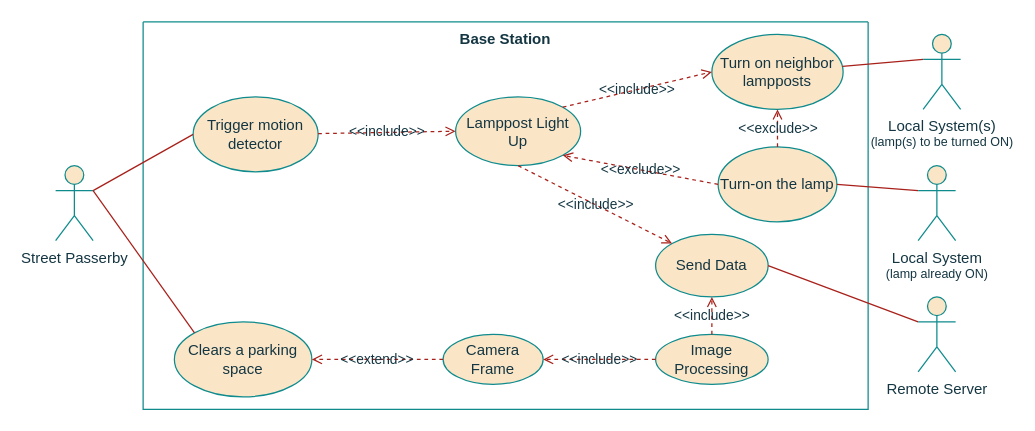
Before: page "oldBS_UseCase" (5 of 11) of project/report/flowcharts/LocalSystem.drawio in ESRGgroup9/slipad, a draw.io diagram. Source tidied: cells renumbered, new cells numbered last; positions are measured from the earlier drawing's top-left corner, leaving out a move shared by most shapes. Both pictures are drawn from the tidied source at 125%, with x=0, y=0 at pixel (55, 21).
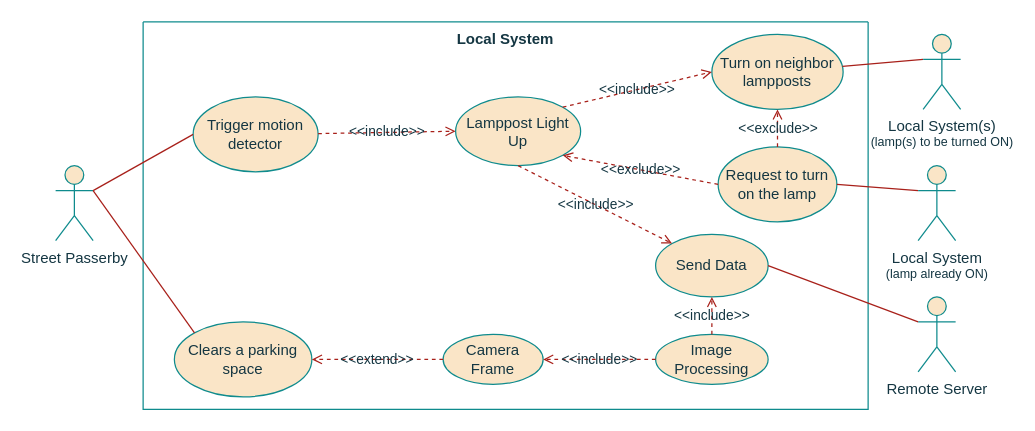
After the change.

Diff of the diagram source:
```diff
@@
-    <mxCell id="2" value="Base Station" style="swimlane;startSize=0;verticalAlign=top;fillColor=#FAE5C7;strokeColor=#0F8B8D;fontColor=#143642;" parent="1" vertex="1">
+    <mxCell id="2" value="Local System" style="swimlane;startSize=0;verticalAlign=top;fillColor=#FAE5C7;strokeColor=#0F8B8D;fontColor=#143642;" parent="1" vertex="1">
       <mxGeometry x="70" width="580" height="310" as="geometry" />
     </mxCell>
@@
-    <mxCell id="5" value="Turn-on the lamp" style="ellipse;whiteSpace=wrap;html=1;fillColor=#FAE5C7;strokeColor=#0F8B8D;fontColor=#143642;" parent="2" vertex="1">
+    <mxCell id="5" value="Request to turn on the lamp" style="ellipse;whiteSpace=wrap;html=1;fillColor=#FAE5C7;strokeColor=#0F8B8D;fontColor=#143642;" parent="2" vertex="1">
       <mxGeometry x="460" y="100" width="95" height="60" as="geometry" />
     </mxCell>
```
